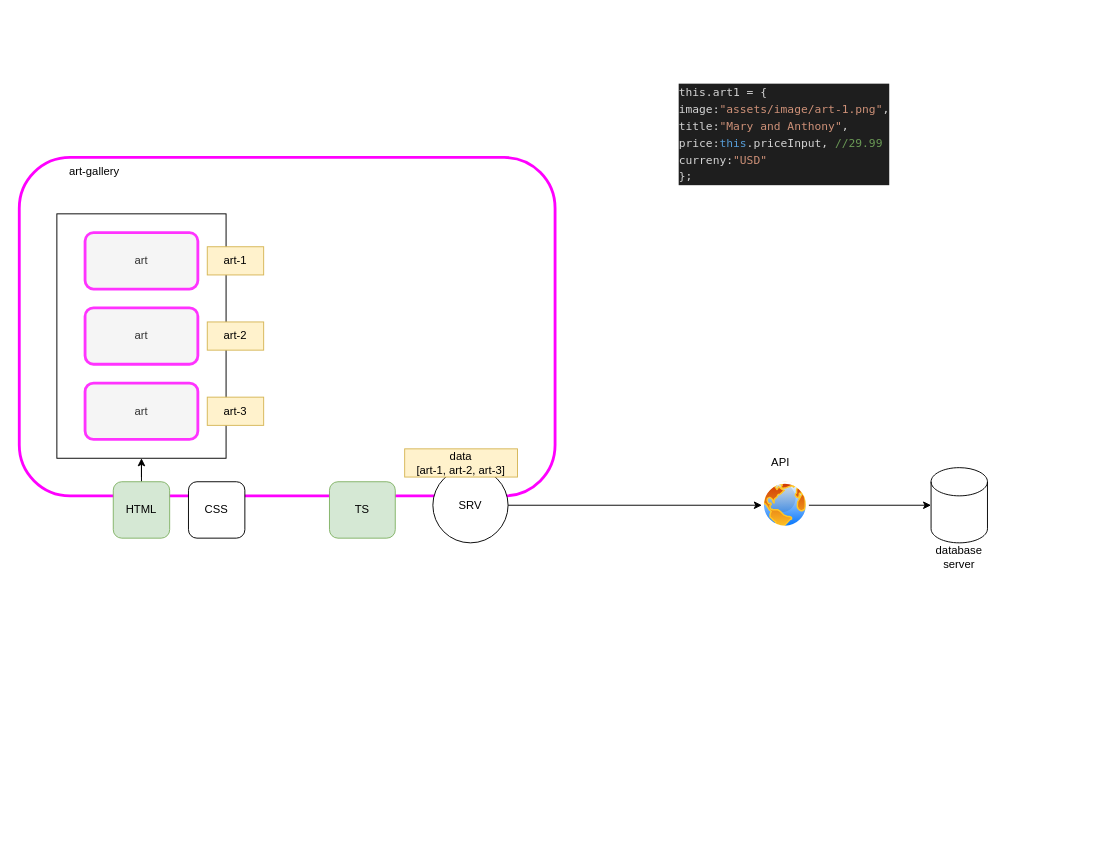
The draw.io diagram page "Main" (1 of 2) of Untitled Diagram.drawio in Manisha-sharda-Prasad/angular, before the edit. Source tidied: cells renumbered, new cells numbered last; positions are measured from the earlier drawing's top-left corner, leaving out a move shared by most shapes. Both pictures are drawn from the tidied source at 94%, with x=0, y=0 at pixel (19, 63).
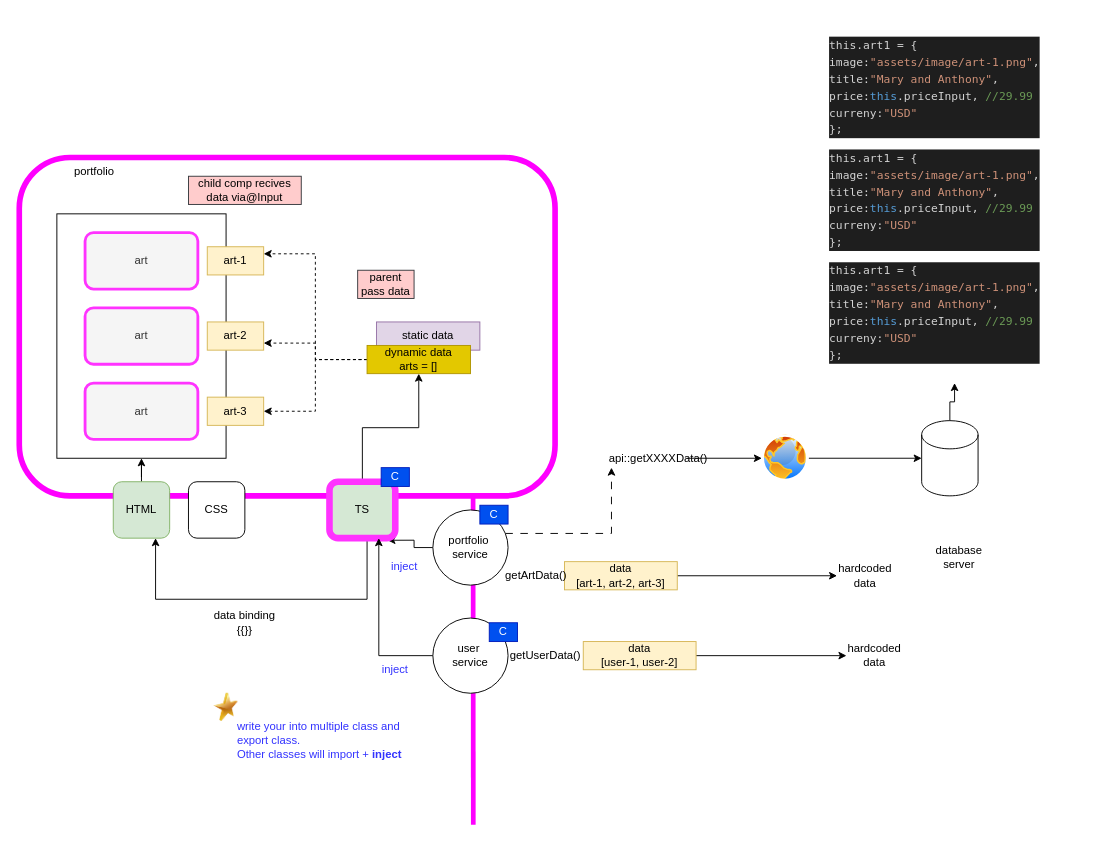
After the change.

The change refers to these unchanged cells:
```xml
<mxCell id="15" value="HTML" style="rounded=1;whiteSpace=wrap;html=1;fillColor=#d5e8d4;strokeColor=#82b366;" parent="1" vertex="1">
  <mxGeometry x="100" y="445" width="60" height="60" as="geometry" />
</mxCell>
<mxCell id="20" value="art-3" style="text;html=1;strokeColor=#d6b656;fillColor=#fff2cc;align=center;verticalAlign=middle;whiteSpace=wrap;rounded=0;" parent="1" vertex="1">
  <mxGeometry x="200" y="355" width="60" height="30" as="geometry" />
</mxCell>
<mxCell id="21" value="art-2" style="text;html=1;strokeColor=#d6b656;fillColor=#fff2cc;align=center;verticalAlign=middle;whiteSpace=wrap;rounded=0;" parent="1" vertex="1">
  <mxGeometry x="200" y="275" width="60" height="30" as="geometry" />
</mxCell>
<mxCell id="22" value="art-1" style="text;html=1;strokeColor=#d6b656;fillColor=#fff2cc;align=center;verticalAlign=middle;whiteSpace=wrap;rounded=0;" parent="1" vertex="1">
  <mxGeometry x="200" y="195" width="60" height="30" as="geometry" />
</mxCell>
```

What changed in the source:
```diff
@@
+    <mxCell id="24" style="endArrow=none;html=1;rounded=0;entryX=0.847;entryY=1.005;entryDx=0;entryDy=0;entryPerimeter=0;strokeColor=#FF00FF;strokeWidth=5;" parent="1" edge="1" target="2">
+      <mxGeometry relative="1" as="geometry">
+        <mxPoint x="483" y="810" as="sourcePoint" />
+      </mxGeometry>
+    </mxCell>
-    <mxCell id="2" style="rounded=1;whiteSpace=wrap;html=1;strokeColor=#FF00FF;strokeWidth=3;" parent="1" vertex="1">
+    <mxCell id="2" style="rounded=1;whiteSpace=wrap;html=1;strokeColor=#FF00FF;strokeWidth=6;" parent="1" vertex="1">
       <mxGeometry y="100" width="570" height="360" as="geometry" />
     </mxCell>
@@
-    <mxCell id="4" value="art-gallery" style="text;html=1;strokeColor=none;fillColor=none;align=center;verticalAlign=middle;whiteSpace=wrap;rounded=0;" parent="1" vertex="1">
+    <mxCell id="4" value="portfolio" style="text;html=1;strokeColor=none;fillColor=none;align=center;verticalAlign=middle;whiteSpace=wrap;rounded=0;" parent="1" vertex="1">
       <mxGeometry x="50" y="100" width="60" height="30" as="geometry" />
     </mxCell>
@@
-    <mxCell id="8" style="edgeStyle=orthogonalEdgeStyle;rounded=0;jettySize=auto;html=1;" parent="1" edge="1" source="9" target="12">
-      <mxGeometry relative="1" as="geometry" />
-    </mxCell>
+    <mxCell id="25" style="edgeStyle=orthogonalEdgeStyle;rounded=0;jettySize=auto;html=1;entryX=0.881;entryY=1.037;entryDx=0;entryDy=0;entryPerimeter=0;" parent="1" edge="1" source="9" target="16">
+      <mxGeometry relative="1" as="geometry" />
+    </mxCell>
+    <mxCell id="26" style="edgeStyle=orthogonalEdgeStyle;rounded=0;jettySize=auto;html=1;dashed=1;dashPattern=8 8;strokeWidth=1;" parent="1" edge="1" source="9">
+      <mxGeometry relative="1" as="geometry">
+        <mxPoint x="630" y="430" as="targetPoint" />
+        <Array as="points">
+          <mxPoint x="630" y="500" />
+        </Array>
+      </mxGeometry>
+    </mxCell>
-    <mxCell id="9" value="SRV" style="ellipse;whiteSpace=wrap;html=1;" parent="1" vertex="1">
-      <mxGeometry x="440" y="430" width="80" height="80" as="geometry" />
+    <mxCell id="9" value="portfolio&amp;nbsp;&lt;br&gt;service" style="ellipse;whiteSpace=wrap;html=1;" parent="1" vertex="1">
+      <mxGeometry x="440" y="475" width="80" height="80" as="geometry" />
     </mxCell>
+    <mxCell id="27" style="edgeStyle=orthogonalEdgeStyle;rounded=0;jettySize=auto;html=1;entryX=0.5;entryY=1;entryDx=0;entryDy=0;" parent="1" edge="1" source="10" target="49">
+      <mxGeometry relative="1" as="geometry" />
+    </mxCell>
     <mxCell id="10" style="shape=cylinder3;whiteSpace=wrap;html=1;boundedLbl=1;backgroundOutline=1;size=15;" parent="1" vertex="1">
-      <mxGeometry x="970" y="430" width="60" height="80" as="geometry" />
+      <mxGeometry x="960" y="380" width="60" height="80" as="geometry" />
     </mxCell>
@@
     <mxCell id="12" style="image;perimeter=ellipsePerimeter;html=1;align=center;shadow=0;dashed=0;spacingTop=3;image=img/lib/active_directory/internet_globe.svg;" parent="1" vertex="1">
-      <mxGeometry x="790" y="445" width="50" height="50" as="geometry" />
+      <mxGeometry x="790" y="395" width="50" height="50" as="geometry" />
     </mxCell>
@@
+    <mxCell id="28" style="edgeStyle=orthogonalEdgeStyle;rounded=0;jettySize=auto;html=1;entryX=0.75;entryY=1;entryDx=0;entryDy=0;" parent="1" edge="1" source="16" target="15">
+      <mxGeometry relative="1" as="geometry">
+        <Array as="points">
+          <mxPoint x="370" y="570" />
+          <mxPoint x="145" y="570" />
+        </Array>
+      </mxGeometry>
+    </mxCell>
+    <mxCell id="29" style="edgeStyle=orthogonalEdgeStyle;rounded=0;jettySize=auto;html=1;" parent="1" edge="1" source="16" target="36">
+      <mxGeometry relative="1" as="geometry" />
+    </mxCell>
-    <mxCell id="16" value="TS" style="rounded=1;whiteSpace=wrap;html=1;fillColor=#d5e8d4;strokeColor=#82b366;" parent="1" vertex="1">
+    <mxCell id="16" value="TS" style="rounded=1;whiteSpace=wrap;html=1;fillColor=#d5e8d4;strokeColor=#FF33FF;strokeWidth=7;" parent="1" vertex="1">
       <mxGeometry x="330" y="445" width="70" height="60" as="geometry" />
     </mxCell>
@@
-    <mxCell id="18" value="API" style="text;html=1;strokeColor=none;fillColor=none;align=center;verticalAlign=middle;whiteSpace=wrap;rounded=0;" parent="1" vertex="1">
-      <mxGeometry x="780" y="410" width="60" height="30" as="geometry" />
-    </mxCell>
+    <mxCell id="30" style="edgeStyle=orthogonalEdgeStyle;rounded=0;jettySize=auto;html=1;entryX=0;entryY=0.5;entryDx=0;entryDy=0;" parent="1" edge="1" source="19" target="57">
+      <mxGeometry relative="1" as="geometry" />
+    </mxCell>
     <mxCell id="19" value="data &lt;br&gt;[art-1, art-2, art-3]" style="text;html=1;strokeColor=#d6b656;fillColor=#fff2cc;align=center;verticalAlign=middle;whiteSpace=wrap;rounded=0;" parent="1" vertex="1">
-      <mxGeometry x="410" y="410" width="120" height="30" as="geometry" />
+      <mxGeometry x="580" y="530" width="120" height="30" as="geometry" />
     </mxCell>
@@
     <mxCell id="23" value="&lt;div style=&quot;color: rgb(212, 212, 212); background-color: rgb(30, 30, 30); font-family: Menlo, Monaco, &amp;quot;Courier New&amp;quot;, monospace; line-height: 18px;&quot;&gt;&lt;div&gt;this.art1  = {&lt;/div&gt;&lt;div&gt;    image:&lt;span style=&quot;color: #ce9178;&quot;&gt;&quot;assets/image/art-1.png&quot;&lt;/span&gt;,&lt;/div&gt;&lt;div&gt;    title:&lt;span style=&quot;color: #ce9178;&quot;&gt;&quot;Mary and Anthony&quot;&lt;/span&gt;,&lt;/div&gt;&lt;div&gt;    price:&lt;span style=&quot;color: #569cd6;&quot;&gt;this&lt;/span&gt;.priceInput, &lt;span style=&quot;color: #6a9955;&quot;&gt;//29.99&lt;/span&gt;&lt;/div&gt;&lt;div&gt;    curreny:&lt;span style=&quot;color: #ce9178;&quot;&gt;&quot;USD&quot;&lt;/span&gt;&lt;/div&gt;&lt;div&gt;   };&lt;/div&gt;&lt;/div&gt;" style="text;html=1;strokeColor=none;fillColor=none;align=left;verticalAlign=middle;whiteSpace=wrap;rounded=0;" parent="1" vertex="1">
-      <mxGeometry x="700" width="270" height="150" as="geometry" />
+      <mxGeometry x="860" y="70" width="270" height="150" as="geometry" />
     </mxCell>
+    <mxCell id="31" value="data binding&lt;br&gt;{{}}" style="text;html=1;strokeColor=none;fillColor=none;align=center;verticalAlign=middle;whiteSpace=wrap;rounded=0;" parent="1" vertex="1">
+      <mxGeometry x="180" y="580" width="120" height="30" as="geometry" />
+    </mxCell>
+    <mxCell id="32" value="static data" style="text;html=1;strokeColor=#9673a6;fillColor=#e1d5e7;align=center;verticalAlign=middle;whiteSpace=wrap;rounded=0;" parent="1" vertex="1">
+      <mxGeometry x="380" y="275" width="110" height="30" as="geometry" />
+    </mxCell>
+    <mxCell id="33" style="edgeStyle=orthogonalEdgeStyle;rounded=0;jettySize=auto;html=1;entryX=1;entryY=0.25;entryDx=0;entryDy=0;dashed=1;" parent="1" edge="1" source="36" target="22">
+      <mxGeometry relative="1" as="geometry" />
+    </mxCell>
+    <mxCell id="34" style="edgeStyle=orthogonalEdgeStyle;rounded=0;jettySize=auto;html=1;entryX=1;entryY=0.75;entryDx=0;entryDy=0;dashed=1;" parent="1" edge="1" source="36" target="21">
+      <mxGeometry relative="1" as="geometry" />
+    </mxCell>
+    <mxCell id="35" style="edgeStyle=orthogonalEdgeStyle;rounded=0;jettySize=auto;html=1;entryX=1;entryY=0.5;entryDx=0;entryDy=0;dashed=1;" parent="1" edge="1" source="36" target="20">
+      <mxGeometry relative="1" as="geometry" />
+    </mxCell>
+    <mxCell id="36" value="dynamic data&lt;br&gt;arts = []" style="text;html=1;strokeColor=#B09500;fillColor=#e3c800;align=center;verticalAlign=middle;whiteSpace=wrap;rounded=0;fontColor=#000000;" parent="1" vertex="1">
+      <mxGeometry x="370" y="300" width="110" height="30" as="geometry" />
+    </mxCell>
+    <mxCell id="37" value="getUserData()" style="text;html=1;strokeColor=none;fillColor=none;align=center;verticalAlign=middle;whiteSpace=wrap;rounded=0;" parent="1" vertex="1">
+      <mxGeometry x="530" y="615" width="60" height="30" as="geometry" />
+    </mxCell>
+    <mxCell id="38" style="edgeStyle=orthogonalEdgeStyle;rounded=0;jettySize=auto;html=1;" parent="1" edge="1" source="39" target="45">
+      <mxGeometry relative="1" as="geometry" />
+    </mxCell>
+    <mxCell id="39" value="data &lt;br&gt;[user-1, user-2]" style="text;html=1;strokeColor=#d6b656;fillColor=#fff2cc;align=center;verticalAlign=middle;whiteSpace=wrap;rounded=0;" parent="1" vertex="1">
+      <mxGeometry x="600" y="615" width="120" height="30" as="geometry" />
+    </mxCell>
+    <mxCell id="40" value="getArtData()" style="text;html=1;strokeColor=none;fillColor=none;align=center;verticalAlign=middle;whiteSpace=wrap;rounded=0;" parent="1" vertex="1">
+      <mxGeometry x="520" y="530" width="60" height="30" as="geometry" />
+    </mxCell>
+    <mxCell id="41" style="edgeStyle=orthogonalEdgeStyle;rounded=0;jettySize=auto;html=1;entryX=0.75;entryY=1;entryDx=0;entryDy=0;" parent="1" edge="1" source="42" target="16">
+      <mxGeometry relative="1" as="geometry" />
+    </mxCell>
+    <mxCell id="42" value="user&amp;nbsp;&lt;br&gt;service" style="ellipse;whiteSpace=wrap;html=1;" parent="1" vertex="1">
+      <mxGeometry x="440" y="590" width="80" height="80" as="geometry" />
+    </mxCell>
+    <mxCell id="43" value="&lt;font color=&quot;#3333ff&quot;&gt;inject&lt;/font&gt;" style="text;html=1;strokeColor=none;fillColor=none;align=center;verticalAlign=middle;whiteSpace=wrap;rounded=0;" parent="1" vertex="1">
+      <mxGeometry x="370" y="630" width="60" height="30" as="geometry" />
+    </mxCell>
+    <mxCell id="44" value="&lt;font color=&quot;#3333ff&quot;&gt;inject&lt;/font&gt;" style="text;html=1;strokeColor=none;fillColor=none;align=center;verticalAlign=middle;whiteSpace=wrap;rounded=0;" parent="1" vertex="1">
+      <mxGeometry x="380" y="520" width="60" height="30" as="geometry" />
+    </mxCell>
+    <mxCell id="45" value="hardcoded data" style="text;html=1;strokeColor=none;fillColor=none;align=center;verticalAlign=middle;whiteSpace=wrap;rounded=0;" parent="1" vertex="1">
+      <mxGeometry x="880" y="615" width="60" height="30" as="geometry" />
+    </mxCell>
+    <mxCell id="46" value="parent pass data" style="text;html=1;strokeColor=#36393d;fillColor=#ffcccc;align=center;verticalAlign=middle;whiteSpace=wrap;rounded=0;" parent="1" vertex="1">
+      <mxGeometry x="360" y="220" width="60" height="30" as="geometry" />
+    </mxCell>
+    <mxCell id="47" value="child comp recives data via@Input" style="text;html=1;strokeColor=#36393d;fillColor=#ffcccc;align=center;verticalAlign=middle;whiteSpace=wrap;rounded=0;" parent="1" vertex="1">
+      <mxGeometry x="180" y="120" width="120" height="30" as="geometry" />
+    </mxCell>
+    <mxCell id="48" value="&lt;div style=&quot;color: rgb(212, 212, 212); background-color: rgb(30, 30, 30); font-family: Menlo, Monaco, &amp;quot;Courier New&amp;quot;, monospace; line-height: 18px;&quot;&gt;&lt;div&gt;this.art1  = {&lt;/div&gt;&lt;div&gt;    image:&lt;span style=&quot;color: #ce9178;&quot;&gt;&quot;assets/image/art-1.png&quot;&lt;/span&gt;,&lt;/div&gt;&lt;div&gt;    title:&lt;span style=&quot;color: #ce9178;&quot;&gt;&quot;Mary and Anthony&quot;&lt;/span&gt;,&lt;/div&gt;&lt;div&gt;    price:&lt;span style=&quot;color: #569cd6;&quot;&gt;this&lt;/span&gt;.priceInput, &lt;span style=&quot;color: #6a9955;&quot;&gt;//29.99&lt;/span&gt;&lt;/div&gt;&lt;div&gt;    curreny:&lt;span style=&quot;color: #ce9178;&quot;&gt;&quot;USD&quot;&lt;/span&gt;&lt;/div&gt;&lt;div&gt;   };&lt;/div&gt;&lt;/div&gt;" style="text;html=1;strokeColor=none;fillColor=none;align=left;verticalAlign=middle;whiteSpace=wrap;rounded=0;" parent="1" vertex="1">
+      <mxGeometry x="860" y="-50" width="270" height="150" as="geometry" />
+    </mxCell>
+    <mxCell id="49" value="&lt;div style=&quot;color: rgb(212, 212, 212); background-color: rgb(30, 30, 30); font-family: Menlo, Monaco, &amp;quot;Courier New&amp;quot;, monospace; line-height: 18px;&quot;&gt;&lt;div&gt;this.art1  = {&lt;/div&gt;&lt;div&gt;    image:&lt;span style=&quot;color: #ce9178;&quot;&gt;&quot;assets/image/art-1.png&quot;&lt;/span&gt;,&lt;/div&gt;&lt;div&gt;    title:&lt;span style=&quot;color: #ce9178;&quot;&gt;&quot;Mary and Anthony&quot;&lt;/span&gt;,&lt;/div&gt;&lt;div&gt;    price:&lt;span style=&quot;color: #569cd6;&quot;&gt;this&lt;/span&gt;.priceInput, &lt;span style=&quot;color: #6a9955;&quot;&gt;//29.99&lt;/span&gt;&lt;/div&gt;&lt;div&gt;    curreny:&lt;span style=&quot;color: #ce9178;&quot;&gt;&quot;USD&quot;&lt;/span&gt;&lt;/div&gt;&lt;div&gt;   };&lt;/div&gt;&lt;/div&gt;" style="text;html=1;strokeColor=none;fillColor=none;align=left;verticalAlign=middle;whiteSpace=wrap;rounded=0;" parent="1" vertex="1">
+      <mxGeometry x="860" y="190" width="270" height="150" as="geometry" />
+    </mxCell>
+    <mxCell id="50" style="edgeStyle=orthogonalEdgeStyle;rounded=0;jettySize=auto;html=1;entryX=0;entryY=0.5;entryDx=0;entryDy=0;" parent="1" edge="1" source="51" target="12">
+      <mxGeometry relative="1" as="geometry" />
+    </mxCell>
+    <mxCell id="51" value="api::getXXXXData()" style="text;html=1;strokeColor=none;fillColor=none;align=center;verticalAlign=middle;whiteSpace=wrap;rounded=0;" parent="1" vertex="1">
+      <mxGeometry x="650" y="405" width="60" height="30" as="geometry" />
+    </mxCell>
+    <mxCell id="52" value="C" style="text;html=1;strokeColor=#001DBC;fillColor=#0050ef;align=center;verticalAlign=middle;whiteSpace=wrap;rounded=0;fontColor=#ffffff;" parent="1" vertex="1">
+      <mxGeometry x="500" y="595" width="30" height="20" as="geometry" />
+    </mxCell>
+    <mxCell id="53" value="C" style="text;html=1;strokeColor=#001DBC;fillColor=#0050ef;align=center;verticalAlign=middle;whiteSpace=wrap;rounded=0;fontColor=#ffffff;" parent="1" vertex="1">
+      <mxGeometry x="490" y="470" width="30" height="20" as="geometry" />
+    </mxCell>
+    <mxCell id="54" value="C" style="text;html=1;strokeColor=#001DBC;fillColor=#0050ef;align=center;verticalAlign=middle;whiteSpace=wrap;rounded=0;fontColor=#ffffff;" parent="1" vertex="1">
+      <mxGeometry x="385" y="430" width="30" height="20" as="geometry" />
+    </mxCell>
+    <mxCell id="55" value="&lt;font color=&quot;#3333ff&quot;&gt;write your into multiple class and export class. &lt;br&gt;Other classes will import + &lt;b&gt;inject&lt;/b&gt;&lt;/font&gt;" style="text;html=1;strokeColor=none;fillColor=none;align=left;verticalAlign=middle;whiteSpace=wrap;rounded=0;" parent="1" vertex="1">
+      <mxGeometry x="230" y="690" width="180" height="60" as="geometry" />
+    </mxCell>
+    <mxCell id="56" style="image;html=1;image=img/lib/clip_art/general/Star_128x128.png;" parent="1" vertex="1">
+      <mxGeometry x="200" y="670" width="40" height="30" as="geometry" />
+    </mxCell>
+    <mxCell id="57" value="hardcoded data" style="text;html=1;strokeColor=none;fillColor=none;align=center;verticalAlign=middle;whiteSpace=wrap;rounded=0;" parent="1" vertex="1">
+      <mxGeometry x="870" y="530" width="60" height="30" as="geometry" />
+    </mxCell>
```
